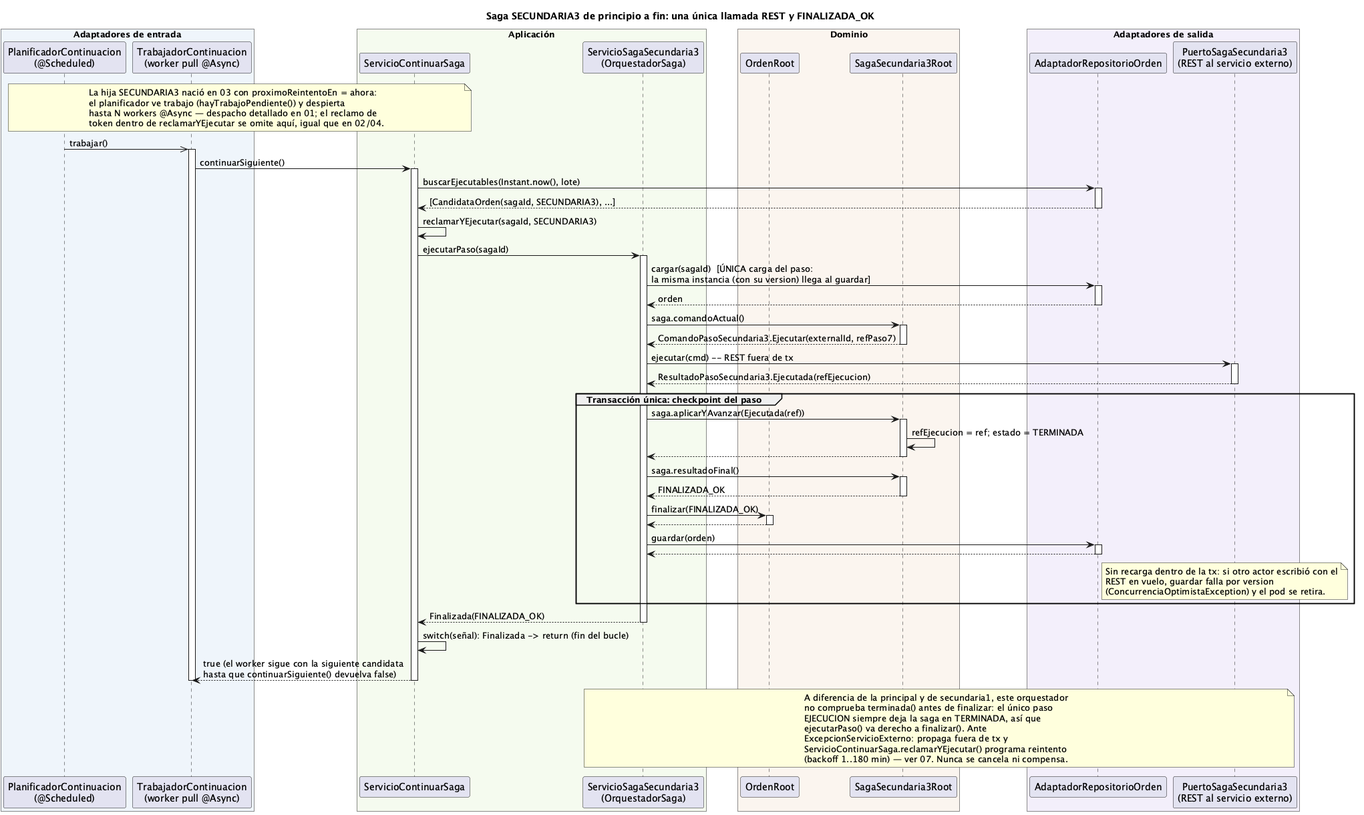
The PlantUML diagram order-manager/docs/06-saga-secundaria3.png in ralcazar/patrones, before a commit.
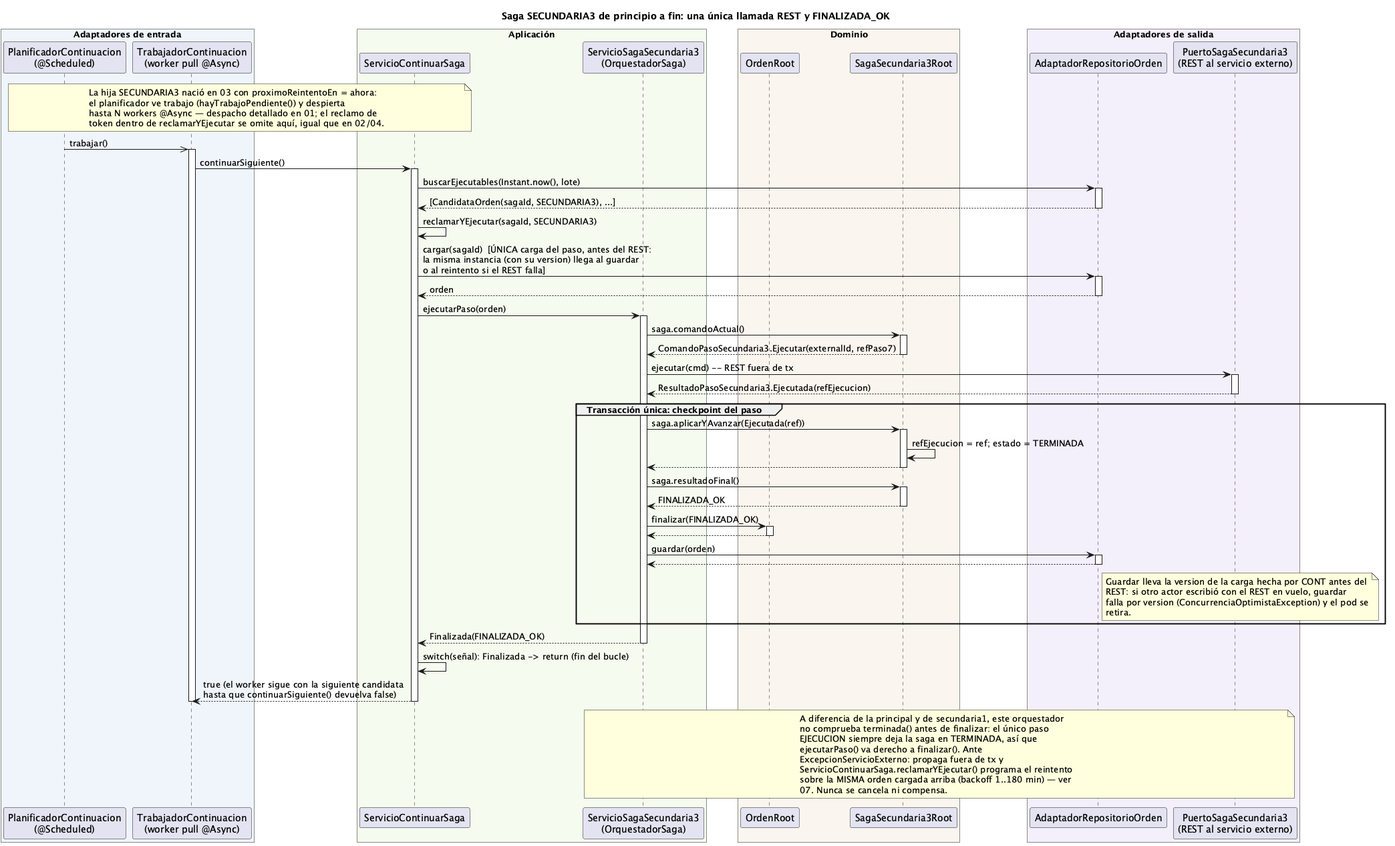
The same file after the commit.

Diff of the diagram source:
```diff
@@ -31,9 +31,9 @@
 CONT -> REPO ++ : buscarEjecutables(Instant.now(), lote)
 return [CandidataOrden(sagaId, SECUNDARIA3), ...]
 CONT -> CONT : reclamarYEjecutar(sagaId, SECUNDARIA3)
-CONT -> ORQ ++ : ejecutarPaso(sagaId)
-ORQ -> REPO ++ : cargar(sagaId)  [ÚNICA carga del paso:\nla misma instancia (con su version) llega al guardar]
+CONT -> REPO ++ : cargar(sagaId)  [ÚNICA carga del paso, antes del REST:\nla misma instancia (con su version) llega al guardar\no al reintento si el REST falla]
 return orden
+CONT -> ORQ ++ : ejecutarPaso(orden)
 ORQ -> SAGA ++ : saga.comandoActual()
 return ComandoPasoSecundaria3.Ejecutar(externalId, refPaso7)
 ORQ -> PSIM ++ : ejecutar(cmd) -- REST fuera de tx
@@ -49,9 +49,10 @@
   ORQ -> REPO ++ : guardar(orden)
   return
   note right of REPO
-    Sin recarga dentro de la tx: si otro actor escribió con el
-    REST en vuelo, guardar falla por version
-    (ConcurrenciaOptimistaException) y el pod se retira.
+    Guardar lleva la version de la carga hecha por CONT antes del
+    REST: si otro actor escribió con el REST en vuelo, guardar
+    falla por version (ConcurrenciaOptimistaException) y el pod se
+    retira.
   end note
 end
 return Finalizada(FINALIZADA_OK)
@@ -65,7 +66,8 @@
   EJECUCION siempre deja la saga en TERMINADA, así que
   ejecutarPaso() va derecho a finalizar(). Ante
   ExcepcionServicioExterno: propaga fuera de tx y
-  ServicioContinuarSaga.reclamarYEjecutar() programa reintento
-  (backoff 1..180 min) — ver 07. Nunca se cancela ni compensa.
+  ServicioContinuarSaga.reclamarYEjecutar() programa el reintento
+  sobre la MISMA orden cargada arriba (backoff 1..180 min) — ver
+  07. Nunca se cancela ni compensa.
 end note
 @enduml
```
